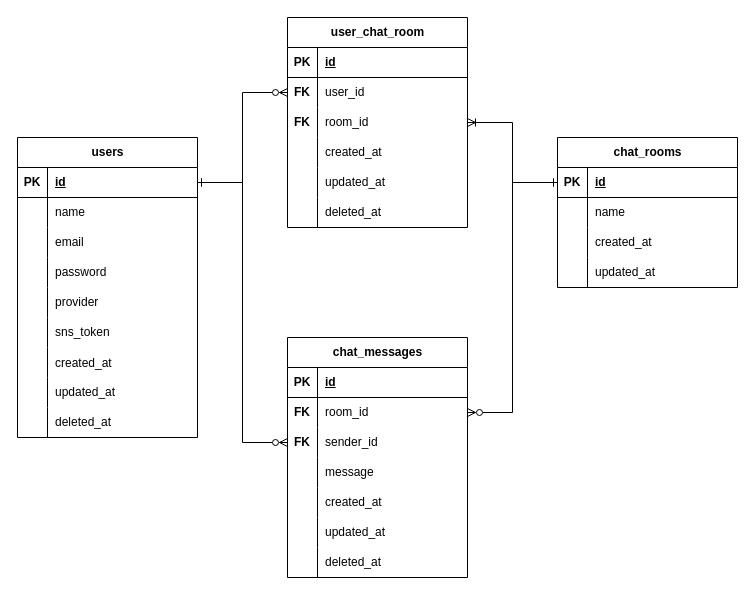
Before: design/DB/database_diagram.drawio in gucchunchun/ChatApplication, a draw.io diagram. Source tidied: cells renumbered, new cells numbered last; positions are measured from the earlier drawing's top-left corner, leaving out a move shared by most shapes. Both pictures are drawn from the tidied source at 100%, with x=0, y=0 at pixel (17, 17).
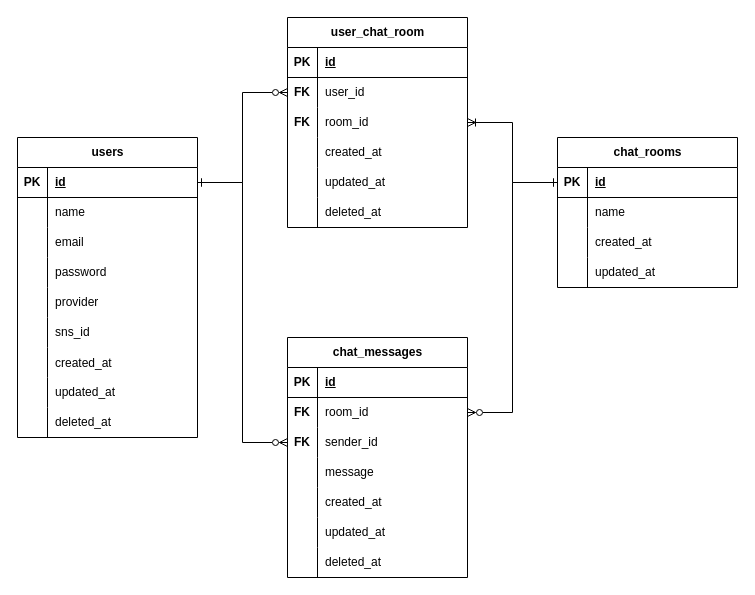
Above is the later version.

The change refers to these unchanged cells:
```xml
<mxCell id="18" style="shape=tableRow;horizontal=0;startSize=0;swimlaneHead=0;swimlaneBody=0;fillColor=none;top=0;left=0;right=0;bottom=0;" parent="2" vertex="1">
  <mxGeometry y="180" width="180" height="30" as="geometry" />
</mxCell>
```

Change to the diagram source:
```diff
@@
-    <mxCell id="20" value="sns_token" style="shape=partialRectangle;fillColor=none;top=0;left=0;bottom=0;right=0;align=left;spacingLeft=6;fontStyle=0;overflow=hidden;whiteSpace=wrap;html=1;" parent="18" vertex="1">
+    <mxCell id="20" value="sns_id" style="shape=partialRectangle;fillColor=none;top=0;left=0;bottom=0;right=0;align=left;spacingLeft=6;fontStyle=0;overflow=hidden;whiteSpace=wrap;html=1;" parent="18" vertex="1">
       <mxGeometry x="30" width="150" height="30" as="geometry" />
     </mxCell>
```
